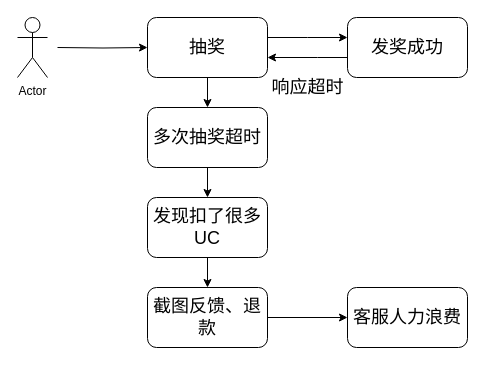
Before: 弱网玩家抽奖超时.drawio in dingdu/7days-golang, a draw.io diagram. Source tidied: cells renumbered, new cells numbered last; positions are measured from the earlier drawing's top-left corner, leaving out a move shared by most shapes. Both pictures are drawn from the tidied source at 100%, with x=0, y=0 at pixel (17, 17).
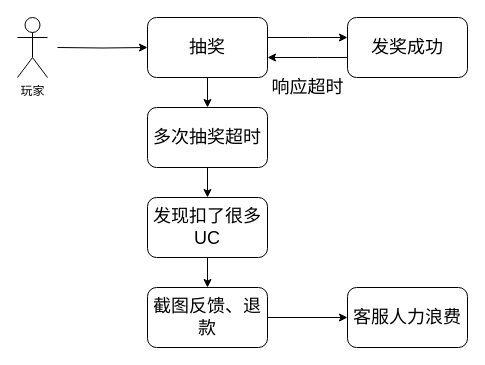
The same diagram, later.

Commit message (it also covers changes not shown here):
更新弱网玩家抽奖超时.drawio

The edit, as a diff of the source:
```diff
@@
-    <mxCell id="3" value="Actor" style="shape=umlActor;verticalLabelPosition=bottom;verticalAlign=top;html=1;" parent="1" vertex="1">
+    <mxCell id="3" value="玩家" style="shape=umlActor;verticalLabelPosition=bottom;verticalAlign=top;html=1;" parent="1" vertex="1">
       <mxGeometry width="30" height="60" as="geometry" />
     </mxCell>
```
